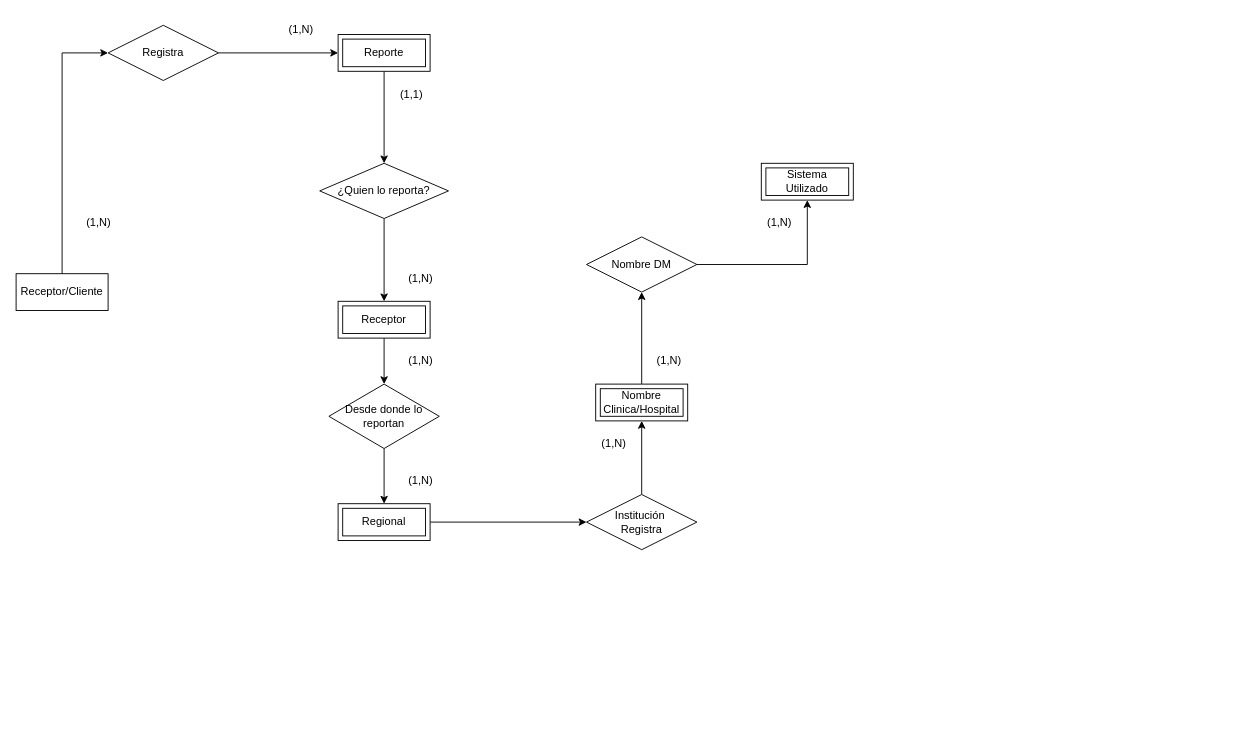
Above: Ejemplo_modelo_logíco.drawio in Starleen1996/Modelado_Datos (draw.io), before the change. Source tidied: cells renumbered, new cells numbered last; positions are measured from the earlier drawing's top-left corner, leaving out a move shared by most shapes. Both pictures are drawn from the tidied source at 92%, with x=0, y=0 at pixel (16, 16).
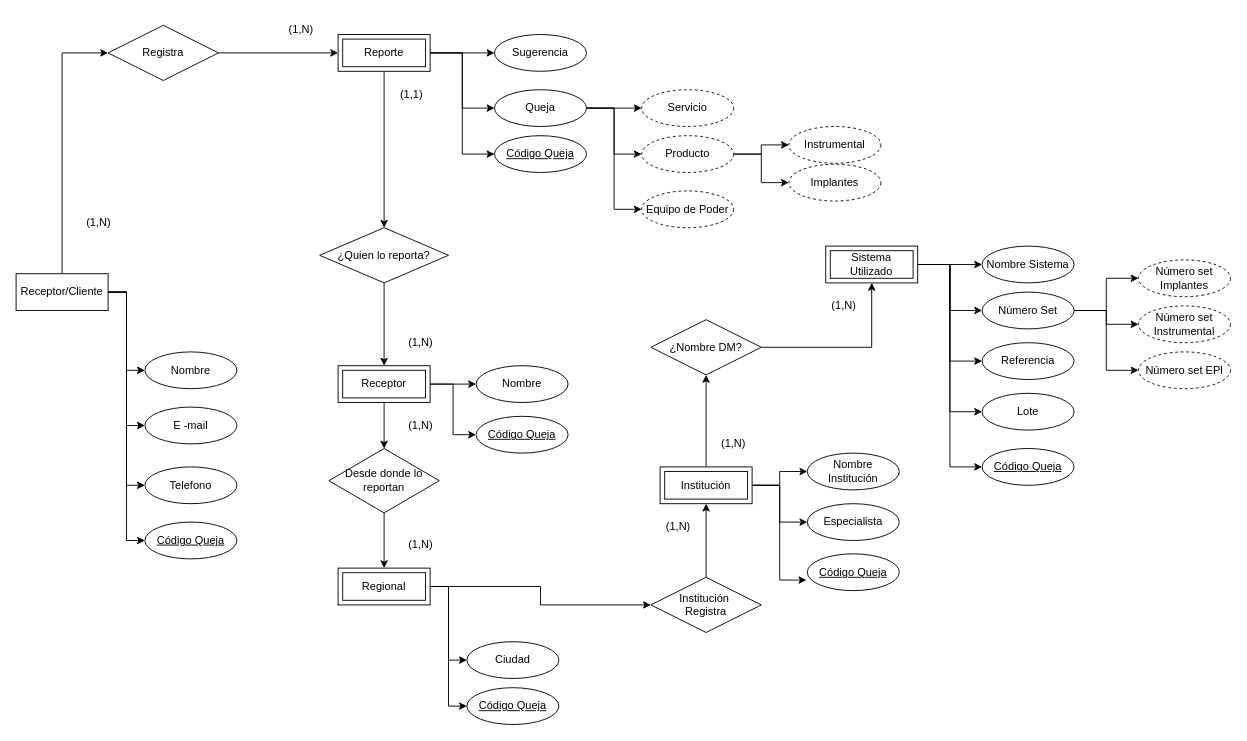
After the change.

The change refers to these unchanged cells:
```xml
<mxCell id="3" value="Receptor/Cliente" style="whiteSpace=wrap;html=1;align=center;" parent="1" vertex="1">
  <mxGeometry y="280" width="100" height="40" as="geometry" />
</mxCell>
<mxCell id="8" value="Reporte" style="shape=ext;margin=3;double=1;whiteSpace=wrap;html=1;align=center;" parent="1" vertex="1">
  <mxGeometry x="350" y="20" width="100" height="40" as="geometry" />
</mxCell>
```

What changed in the source:
```diff
@@
+    <mxCell id="32" style="edgeStyle=orthogonalEdgeStyle;rounded=0;jettySize=auto;html=1;entryX=0;entryY=0.5;entryDx=0;entryDy=0;exitX=1;exitY=0.5;exitDx=0;exitDy=0;" parent="1" edge="1" source="3" target="50">
+      <mxGeometry relative="1" as="geometry" />
+    </mxCell>
+    <mxCell id="33" style="edgeStyle=orthogonalEdgeStyle;rounded=0;jettySize=auto;html=1;entryX=0;entryY=0.5;entryDx=0;entryDy=0;exitX=1;exitY=0.5;exitDx=0;exitDy=0;" parent="1" edge="1" source="3" target="51">
+      <mxGeometry relative="1" as="geometry" />
+    </mxCell>
+    <mxCell id="34" style="edgeStyle=orthogonalEdgeStyle;rounded=0;jettySize=auto;html=1;entryX=0;entryY=0.5;entryDx=0;entryDy=0;exitX=1;exitY=0.5;exitDx=0;exitDy=0;" parent="1" edge="1" source="3" target="52">
+      <mxGeometry relative="1" as="geometry" />
+    </mxCell>
+    <mxCell id="35" style="edgeStyle=orthogonalEdgeStyle;rounded=0;jettySize=auto;html=1;entryX=0;entryY=0.5;entryDx=0;entryDy=0;" parent="1" edge="1" source="3" target="82">
+      <mxGeometry relative="1" as="geometry" />
+    </mxCell>
@@
+    <mxCell id="36" style="edgeStyle=orthogonalEdgeStyle;rounded=0;jettySize=auto;html=1;entryX=0;entryY=0.5;entryDx=0;entryDy=0;" parent="1" edge="1" source="4" target="62">
+      <mxGeometry relative="1" as="geometry" />
+    </mxCell>
+    <mxCell id="37" style="edgeStyle=orthogonalEdgeStyle;rounded=0;jettySize=auto;html=1;entryX=0;entryY=0.5;entryDx=0;entryDy=0;" parent="1" edge="1" source="4" target="68">
+      <mxGeometry relative="1" as="geometry" />
+    </mxCell>
+    <mxCell id="38" style="edgeStyle=orthogonalEdgeStyle;rounded=0;jettySize=auto;html=1;entryX=0;entryY=0.5;entryDx=0;entryDy=0;" parent="1" edge="1" source="4" target="63">
+      <mxGeometry relative="1" as="geometry" />
+    </mxCell>
+    <mxCell id="39" style="edgeStyle=orthogonalEdgeStyle;rounded=0;jettySize=auto;html=1;entryX=0;entryY=0.5;entryDx=0;entryDy=0;" parent="1" edge="1" source="4" target="64">
+      <mxGeometry relative="1" as="geometry" />
+    </mxCell>
+    <mxCell id="40" style="edgeStyle=orthogonalEdgeStyle;rounded=0;jettySize=auto;html=1;entryX=0;entryY=0.5;entryDx=0;entryDy=0;" parent="1" edge="1" source="4" target="85">
+      <mxGeometry relative="1" as="geometry" />
+    </mxCell>
     <mxCell id="4" value="Sistema Utilizado" style="shape=ext;margin=3;double=1;whiteSpace=wrap;html=1;align=center;" parent="1" vertex="1">
-      <mxGeometry x="810" y="160" width="100" height="40" as="geometry" />
+      <mxGeometry x="880" y="250" width="100" height="40" as="geometry" />
     </mxCell>
@@
+    <mxCell id="41" style="edgeStyle=orthogonalEdgeStyle;rounded=0;jettySize=auto;html=1;entryX=0;entryY=0.5;entryDx=0;entryDy=0;" parent="1" edge="1" source="8" target="53">
+      <mxGeometry relative="1" as="geometry" />
+    </mxCell>
+    <mxCell id="42" style="edgeStyle=orthogonalEdgeStyle;rounded=0;jettySize=auto;html=1;entryX=0;entryY=0.5;entryDx=0;entryDy=0;" parent="1" edge="1" source="8" target="57">
+      <mxGeometry relative="1" as="geometry" />
+    </mxCell>
+    <mxCell id="43" style="edgeStyle=orthogonalEdgeStyle;rounded=0;jettySize=auto;html=1;entryX=0;entryY=0.5;entryDx=0;entryDy=0;" parent="1" edge="1" source="8" target="79">
+      <mxGeometry relative="1" as="geometry" />
+    </mxCell>
@@
     <mxCell id="10" value="¿Quien lo reporta?" style="shape=rhombus;perimeter=rhombusPerimeter;whiteSpace=wrap;html=1;align=center;" parent="1" vertex="1">
-      <mxGeometry x="330" y="160" width="140" height="60" as="geometry" />
+      <mxGeometry x="330" y="230" width="140" height="60" as="geometry" />
     </mxCell>
@@
+    <mxCell id="44" style="edgeStyle=orthogonalEdgeStyle;rounded=0;jettySize=auto;html=1;" parent="1" edge="1" source="12" target="58">
+      <mxGeometry relative="1" as="geometry" />
+    </mxCell>
+    <mxCell id="45" style="edgeStyle=orthogonalEdgeStyle;rounded=0;jettySize=auto;html=1;entryX=0;entryY=0.5;entryDx=0;entryDy=0;" parent="1" edge="1" source="12" target="80">
+      <mxGeometry relative="1" as="geometry" />
+    </mxCell>
     <mxCell id="12" value="Receptor" style="shape=ext;margin=3;double=1;whiteSpace=wrap;html=1;align=center;" parent="1" vertex="1">
-      <mxGeometry x="350" y="310" width="100" height="40" as="geometry" />
+      <mxGeometry x="350" y="380" width="100" height="40" as="geometry" />
     </mxCell>
@@
+    <mxCell id="46" style="edgeStyle=orthogonalEdgeStyle;rounded=0;jettySize=auto;html=1;entryX=0;entryY=0.5;entryDx=0;entryDy=0;" parent="1" edge="1" source="14" target="59">
+      <mxGeometry relative="1" as="geometry" />
+    </mxCell>
+    <mxCell id="47" style="edgeStyle=orthogonalEdgeStyle;rounded=0;jettySize=auto;html=1;entryX=0;entryY=0.5;entryDx=0;entryDy=0;" parent="1" edge="1" source="14" target="81">
+      <mxGeometry relative="1" as="geometry" />
+    </mxCell>
     <mxCell id="14" value="Regional" style="shape=ext;margin=3;double=1;whiteSpace=wrap;html=1;align=center;" parent="1" vertex="1">
-      <mxGeometry x="350" y="530" width="100" height="40" as="geometry" />
+      <mxGeometry x="350" y="600" width="100" height="40" as="geometry" />
     </mxCell>
@@
     <mxCell id="16" value="Desde donde lo reportan" style="shape=rhombus;perimeter=rhombusPerimeter;whiteSpace=wrap;html=1;align=center;" parent="1" vertex="1">
-      <mxGeometry x="340" y="400" width="120" height="70" as="geometry" />
+      <mxGeometry x="340" y="470" width="120" height="70" as="geometry" />
     </mxCell>
@@
-    <mxCell id="18" value="Nombre DM" style="shape=rhombus;perimeter=rhombusPerimeter;whiteSpace=wrap;html=1;align=center;" parent="1" vertex="1">
-      <mxGeometry x="620" y="240" width="120" height="60" as="geometry" />
+    <mxCell id="18" value="¿Nombre DM?" style="shape=rhombus;perimeter=rhombusPerimeter;whiteSpace=wrap;html=1;align=center;" parent="1" vertex="1">
+      <mxGeometry x="690" y="330" width="120" height="60" as="geometry" />
     </mxCell>
@@
     <mxCell id="20" value="Institución&amp;nbsp;&lt;div&gt;Registra&lt;/div&gt;" style="shape=rhombus;perimeter=rhombusPerimeter;whiteSpace=wrap;html=1;align=center;" parent="1" vertex="1">
-      <mxGeometry x="620" y="520" width="120" height="60" as="geometry" />
+      <mxGeometry x="690" y="610" width="120" height="60" as="geometry" />
     </mxCell>
@@
+    <mxCell id="48" style="edgeStyle=orthogonalEdgeStyle;rounded=0;jettySize=auto;html=1;" parent="1" edge="1" source="22" target="61">
+      <mxGeometry relative="1" as="geometry" />
+    </mxCell>
+    <mxCell id="49" style="edgeStyle=orthogonalEdgeStyle;rounded=0;jettySize=auto;html=1;entryX=0;entryY=0.5;entryDx=0;entryDy=0;" parent="1" edge="1" source="22" target="60">
+      <mxGeometry relative="1" as="geometry" />
+    </mxCell>
-    <mxCell id="22" value="Nombre Clinica/Hospital" style="shape=ext;margin=3;double=1;whiteSpace=wrap;html=1;align=center;" parent="1" vertex="1">
-      <mxGeometry x="630" y="400" width="100" height="40" as="geometry" />
+    <mxCell id="22" value="Institución" style="shape=ext;margin=3;double=1;whiteSpace=wrap;html=1;align=center;" parent="1" vertex="1">
+      <mxGeometry x="700" y="490" width="100" height="40" as="geometry" />
     </mxCell>
@@
     <mxCell id="26" value="(1,N)" style="text;strokeColor=none;align=center;fillColor=none;html=1;verticalAlign=middle;whiteSpace=wrap;rounded=0;" parent="1" vertex="1">
-      <mxGeometry x="410" y="270" width="60" height="30" as="geometry" />
+      <mxGeometry x="410" y="340" width="60" height="30" as="geometry" />
     </mxCell>
     <mxCell id="27" value="(1,N)" style="text;strokeColor=none;align=center;fillColor=none;html=1;verticalAlign=middle;whiteSpace=wrap;rounded=0;" parent="1" vertex="1">
-      <mxGeometry x="410" y="360" width="60" height="30" as="geometry" />
+      <mxGeometry x="410" y="430" width="60" height="30" as="geometry" />
     </mxCell>
     <mxCell id="28" value="(1,N)" style="text;strokeColor=none;align=center;fillColor=none;html=1;verticalAlign=middle;whiteSpace=wrap;rounded=0;" parent="1" vertex="1">
-      <mxGeometry x="410" y="490" width="60" height="30" as="geometry" />
+      <mxGeometry x="410" y="560" width="60" height="30" as="geometry" />
     </mxCell>
     <mxCell id="29" value="(1,N)" style="text;strokeColor=none;align=center;fillColor=none;html=1;verticalAlign=middle;whiteSpace=wrap;rounded=0;" parent="1" vertex="1">
-      <mxGeometry x="620" y="450" width="60" height="30" as="geometry" />
+      <mxGeometry x="690" y="540" width="60" height="30" as="geometry" />
     </mxCell>
     <mxCell id="30" value="(1,N)" style="text;strokeColor=none;align=center;fillColor=none;html=1;verticalAlign=middle;whiteSpace=wrap;rounded=0;" parent="1" vertex="1">
-      <mxGeometry x="680" y="360" width="60" height="30" as="geometry" />
+      <mxGeometry x="750" y="450" width="60" height="30" as="geometry" />
     </mxCell>
     <mxCell id="31" value="(1,N)" style="text;strokeColor=none;align=center;fillColor=none;html=1;verticalAlign=middle;whiteSpace=wrap;rounded=0;" parent="1" vertex="1">
-      <mxGeometry x="800" y="210" width="60" height="30" as="geometry" />
+      <mxGeometry x="870" y="300" width="60" height="30" as="geometry" />
     </mxCell>
+    <mxCell id="50" value="Nombre" style="ellipse;whiteSpace=wrap;html=1;align=center;" parent="1" vertex="1">
+      <mxGeometry x="140" y="365" width="100" height="40" as="geometry" />
+    </mxCell>
+    <mxCell id="51" value="E -mail" style="ellipse;whiteSpace=wrap;html=1;align=center;" parent="1" vertex="1">
+      <mxGeometry x="140" y="425" width="100" height="40" as="geometry" />
+    </mxCell>
+    <mxCell id="52" value="Telefono" style="ellipse;whiteSpace=wrap;html=1;align=center;" parent="1" vertex="1">
+      <mxGeometry x="140" y="490" width="100" height="40" as="geometry" />
+    </mxCell>
+    <mxCell id="53" value="Sugerencia" style="ellipse;whiteSpace=wrap;html=1;align=center;" parent="1" vertex="1">
+      <mxGeometry x="520" y="20" width="100" height="40" as="geometry" />
+    </mxCell>
+    <mxCell id="54" style="edgeStyle=orthogonalEdgeStyle;rounded=0;jettySize=auto;html=1;entryX=0;entryY=0.5;entryDx=0;entryDy=0;" parent="1" edge="1" source="57" target="69">
+      <mxGeometry relative="1" as="geometry" />
+    </mxCell>
+    <mxCell id="55" style="edgeStyle=orthogonalEdgeStyle;rounded=0;jettySize=auto;html=1;entryX=0;entryY=0.5;entryDx=0;entryDy=0;" parent="1" edge="1" source="57" target="72">
+      <mxGeometry relative="1" as="geometry" />
+    </mxCell>
+    <mxCell id="56" style="edgeStyle=orthogonalEdgeStyle;rounded=0;jettySize=auto;html=1;entryX=0;entryY=0.5;entryDx=0;entryDy=0;" parent="1" edge="1" source="57" target="73">
+      <mxGeometry relative="1" as="geometry" />
+    </mxCell>
+    <mxCell id="57" value="Queja" style="ellipse;whiteSpace=wrap;html=1;align=center;" parent="1" vertex="1">
+      <mxGeometry x="520" y="80" width="100" height="40" as="geometry" />
+    </mxCell>
+    <mxCell id="58" value="Nombre" style="ellipse;whiteSpace=wrap;html=1;align=center;" parent="1" vertex="1">
+      <mxGeometry x="500" y="380" width="100" height="40" as="geometry" />
+    </mxCell>
+    <mxCell id="59" value="Ciudad" style="ellipse;whiteSpace=wrap;html=1;align=center;" parent="1" vertex="1">
+      <mxGeometry x="490" y="680" width="100" height="40" as="geometry" />
+    </mxCell>
+    <mxCell id="60" value="Nombre Institución" style="ellipse;whiteSpace=wrap;html=1;align=center;" parent="1" vertex="1">
+      <mxGeometry x="860" y="475" width="100" height="40" as="geometry" />
+    </mxCell>
+    <mxCell id="61" value="Especialista" style="ellipse;whiteSpace=wrap;html=1;align=center;" parent="1" vertex="1">
+      <mxGeometry x="860" y="530" width="100" height="40" as="geometry" />
+    </mxCell>
+    <mxCell id="62" value="Nombre Sistema" style="ellipse;whiteSpace=wrap;html=1;align=center;" parent="1" vertex="1">
+      <mxGeometry x="1050" y="250" width="100" height="40" as="geometry" />
+    </mxCell>
+    <mxCell id="63" value="Referencia" style="ellipse;whiteSpace=wrap;html=1;align=center;" parent="1" vertex="1">
+      <mxGeometry x="1050" y="355" width="100" height="40" as="geometry" />
+    </mxCell>
+    <mxCell id="64" value="Lote" style="ellipse;whiteSpace=wrap;html=1;align=center;" parent="1" vertex="1">
+      <mxGeometry x="1050" y="410" width="100" height="40" as="geometry" />
+    </mxCell>
+    <mxCell id="65" style="edgeStyle=orthogonalEdgeStyle;rounded=0;jettySize=auto;html=1;entryX=0;entryY=0.5;entryDx=0;entryDy=0;" parent="1" edge="1" source="68" target="76">
+      <mxGeometry relative="1" as="geometry" />
+    </mxCell>
+    <mxCell id="66" style="edgeStyle=orthogonalEdgeStyle;rounded=0;jettySize=auto;html=1;entryX=0;entryY=0.5;entryDx=0;entryDy=0;" parent="1" edge="1" source="68" target="77">
+      <mxGeometry relative="1" as="geometry" />
+    </mxCell>
+    <mxCell id="67" style="edgeStyle=orthogonalEdgeStyle;rounded=0;jettySize=auto;html=1;entryX=0;entryY=0.5;entryDx=0;entryDy=0;" parent="1" edge="1" source="68" target="78">
+      <mxGeometry relative="1" as="geometry" />
+    </mxCell>
+    <mxCell id="68" value="Número Set" style="ellipse;whiteSpace=wrap;html=1;align=center;" parent="1" vertex="1">
+      <mxGeometry x="1050" y="300" width="100" height="40" as="geometry" />
+    </mxCell>
+    <mxCell id="69" value="Servicio" style="ellipse;whiteSpace=wrap;html=1;align=center;dashed=1;" parent="1" vertex="1">
+      <mxGeometry x="680" y="80" width="100" height="40" as="geometry" />
+    </mxCell>
+    <mxCell id="70" style="edgeStyle=orthogonalEdgeStyle;rounded=0;jettySize=auto;html=1;entryX=0;entryY=0.5;entryDx=0;entryDy=0;" parent="1" edge="1" source="72" target="74">
+      <mxGeometry relative="1" as="geometry" />
+    </mxCell>
+    <mxCell id="71" style="edgeStyle=orthogonalEdgeStyle;rounded=0;jettySize=auto;html=1;entryX=0;entryY=0.5;entryDx=0;entryDy=0;" parent="1" edge="1" source="72" target="75">
+      <mxGeometry relative="1" as="geometry" />
+    </mxCell>
+    <mxCell id="72" value="Producto" style="ellipse;whiteSpace=wrap;html=1;align=center;dashed=1;" parent="1" vertex="1">
+      <mxGeometry x="680" y="130" width="100" height="40" as="geometry" />
+    </mxCell>
+    <mxCell id="73" value="Equipo de Poder" style="ellipse;whiteSpace=wrap;html=1;align=center;dashed=1;" parent="1" vertex="1">
+      <mxGeometry x="680" y="190" width="100" height="40" as="geometry" />
+    </mxCell>
+    <mxCell id="74" value="Instrumental" style="ellipse;whiteSpace=wrap;html=1;align=center;dashed=1;" parent="1" vertex="1">
+      <mxGeometry x="840" y="120" width="100" height="40" as="geometry" />
+    </mxCell>
+    <mxCell id="75" value="Implantes" style="ellipse;whiteSpace=wrap;html=1;align=center;dashed=1;" parent="1" vertex="1">
+      <mxGeometry x="840" y="161" width="100" height="40" as="geometry" />
+    </mxCell>
+    <mxCell id="76" value="Número set Implantes" style="ellipse;whiteSpace=wrap;html=1;align=center;dashed=1;" parent="1" vertex="1">
+      <mxGeometry x="1220" y="265" width="100" height="40" as="geometry" />
+    </mxCell>
+    <mxCell id="77" value="Número set Instrumental" style="ellipse;whiteSpace=wrap;html=1;align=center;dashed=1;" parent="1" vertex="1">
+      <mxGeometry x="1220" y="315" width="100" height="40" as="geometry" />
+    </mxCell>
+    <mxCell id="78" value="Número set EPl" style="ellipse;whiteSpace=wrap;html=1;align=center;dashed=1;" parent="1" vertex="1">
+      <mxGeometry x="1220" y="365" width="100" height="40" as="geometry" />
+    </mxCell>
+    <mxCell id="79" value="Código Queja" style="ellipse;whiteSpace=wrap;html=1;align=center;fontStyle=4;" parent="1" vertex="1">
+      <mxGeometry x="520" y="130" width="100" height="40" as="geometry" />
+    </mxCell>
+    <mxCell id="80" value="Código Queja" style="ellipse;whiteSpace=wrap;html=1;align=center;fontStyle=4;" parent="1" vertex="1">
+      <mxGeometry x="500" y="435" width="100" height="40" as="geometry" />
+    </mxCell>
+    <mxCell id="81" value="Código Queja" style="ellipse;whiteSpace=wrap;html=1;align=center;fontStyle=4;" parent="1" vertex="1">
+      <mxGeometry x="490" y="730" width="100" height="40" as="geometry" />
+    </mxCell>
+    <mxCell id="82" value="Código Queja" style="ellipse;whiteSpace=wrap;html=1;align=center;fontStyle=4;" parent="1" vertex="1">
+      <mxGeometry x="140" y="550" width="100" height="40" as="geometry" />
+    </mxCell>
+    <mxCell id="83" value="Código Queja" style="ellipse;whiteSpace=wrap;html=1;align=center;fontStyle=4;" parent="1" vertex="1">
+      <mxGeometry x="860" y="584.5" width="100" height="40" as="geometry" />
+    </mxCell>
+    <mxCell id="84" style="edgeStyle=orthogonalEdgeStyle;rounded=0;jettySize=auto;html=1;entryX=-0.01;entryY=0.713;entryDx=0;entryDy=0;entryPerimeter=0;" parent="1" edge="1" source="22" target="83">
+      <mxGeometry relative="1" as="geometry" />
+    </mxCell>
+    <mxCell id="85" value="Código Queja" style="ellipse;whiteSpace=wrap;html=1;align=center;fontStyle=4;" parent="1" vertex="1">
+      <mxGeometry x="1050" y="470" width="100" height="40" as="geometry" />
+    </mxCell>
```
